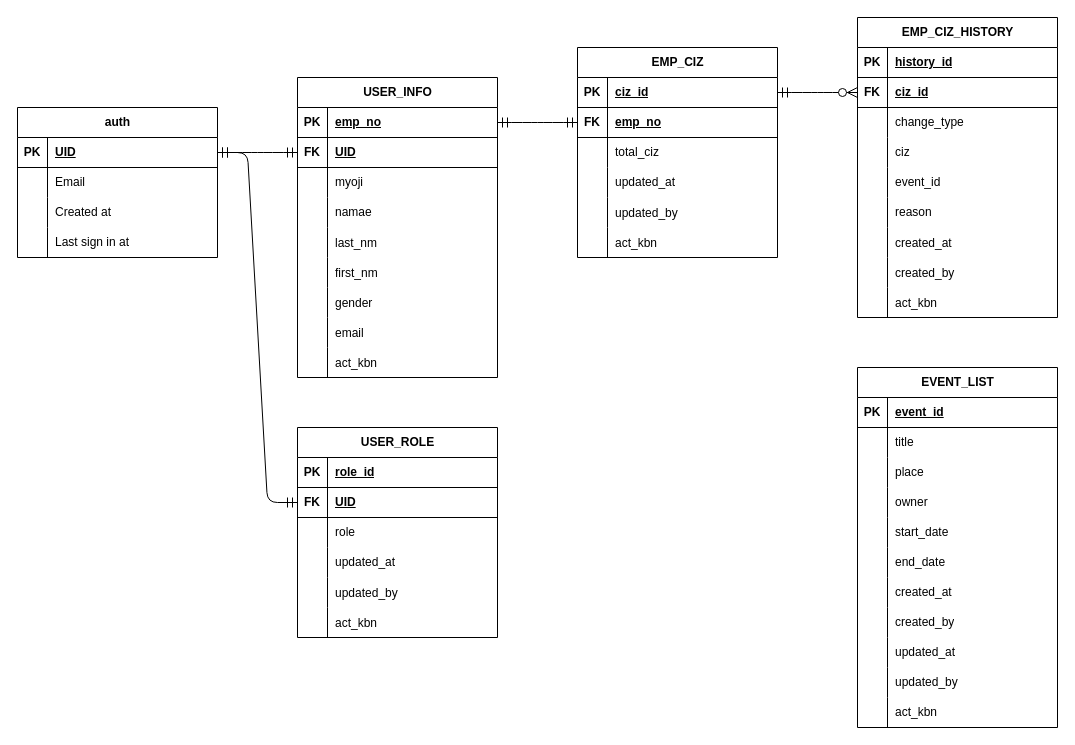
This is sopha.drawio from FumiyaOtokozawa/sopha, a draw.io file, before an edit. Source tidied: cells renumbered, new cells numbered last; positions are measured from the earlier drawing's top-left corner, leaving out a move shared by most shapes. Both pictures are drawn from the tidied source at 100%, with x=0, y=0 at pixel (17, 17).
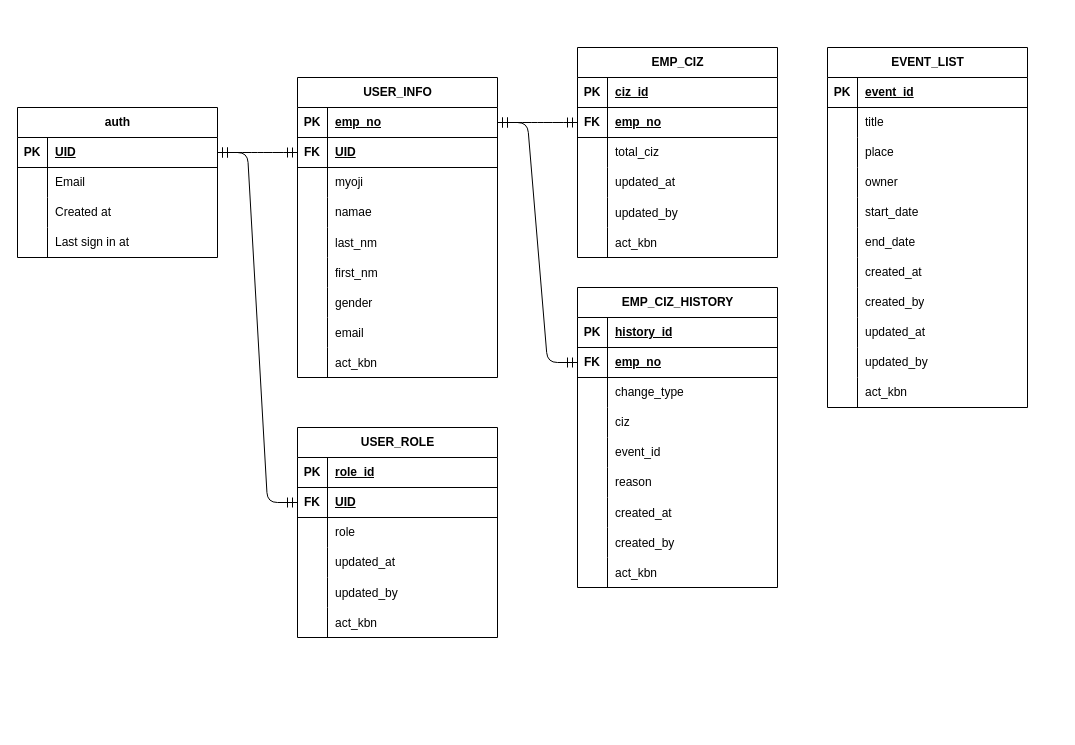
Above is the later version.

Commit message:
sopha.drawio を更新します

The change refers to these unchanged cells:
```xml
<mxCell id="17" style="shape=tableRow;horizontal=0;startSize=0;swimlaneHead=0;swimlaneBody=0;fillColor=none;points=[[0,0.5],[1,0.5]];portConstraint=eastwest;top=0;left=0;right=0;bottom=1;" parent="16" vertex="1">
  <mxGeometry y="30" width="200" height="30" as="geometry" />
</mxCell>
<mxCell id="45" style="shape=tableRow;horizontal=0;startSize=0;swimlaneHead=0;swimlaneBody=0;fillColor=none;points=[[0,0.5],[1,0.5]];portConstraint=eastwest;top=0;left=0;right=0;bottom=1;" parent="44" vertex="1">
  <mxGeometry y="30" width="200" height="30" as="geometry" />
</mxCell>
<mxCell id="68" style="shape=tableRow;horizontal=0;startSize=0;swimlaneHead=0;swimlaneBody=0;fillColor=none;points=[[0,0.5],[1,0.5]];portConstraint=eastwest;top=0;left=0;right=0;bottom=1;" parent="64" vertex="1">
  <mxGeometry y="60" width="200" height="30" as="geometry" />
</mxCell>
```

What changed in the source:
```diff
@@
     <mxCell id="64" value="EMP_CIZ_HISTORY" style="shape=table;startSize=30;childLayout=tableLayout;rowLines=0;fontStyle=1;align=center;html=1;" parent="1" vertex="1">
-      <mxGeometry x="840" width="200" height="300" as="geometry" />
+      <mxGeometry x="560" y="270" width="200" height="300" as="geometry" />
     </mxCell>
@@
-    <mxCell id="70" value="ciz_id" style="shape=partialRectangle;fillColor=none;top=0;left=0;bottom=0;right=0;align=left;spacingLeft=6;fontStyle=5;overflow=hidden;whiteSpace=wrap;html=1;" parent="68" vertex="1">
+    <mxCell id="70" value="emp_no" style="shape=partialRectangle;fillColor=none;top=0;left=0;bottom=0;right=0;align=left;spacingLeft=6;fontStyle=5;overflow=hidden;whiteSpace=wrap;html=1;" parent="68" vertex="1">
       <mxGeometry x="30" width="170" height="30" as="geometry" />
     </mxCell>
@@
-    <mxCell id="92" style="edgeStyle=entityRelationEdgeStyle;fontSize=12;html=1;endArrow=ERzeroToMany;startArrow=ERmandOne;rounded=0;startSize=8;endSize=8;curved=1;exitX=1;exitY=0.5;exitDx=0;exitDy=0;entryX=0;entryY=0.5;entryDx=0;entryDy=0;" parent="1" edge="1" source="45" target="68">
-      <mxGeometry relative="1" as="geometry" />
-    </mxCell>
     <mxCell id="93" value="EVENT_LIST" style="shape=table;startSize=30;childLayout=tableLayout;rowLines=0;fontStyle=1;align=center;html=1;" parent="1" vertex="1">
-      <mxGeometry x="840" y="350" width="200" height="360" as="geometry" />
+      <mxGeometry x="810" y="30" width="200" height="360" as="geometry" />
     </mxCell>
@@
+    <mxCell id="147" style="edgeStyle=entityRelationEdgeStyle;fontSize=12;html=1;endArrow=ERmandOne;startArrow=ERmandOne;rounded=1;startSize=8;endSize=8;curved=0;exitX=1;exitY=0.5;exitDx=0;exitDy=0;entryX=0;entryY=0.5;entryDx=0;entryDy=0;" parent="1" edge="1" source="17" target="68">
+      <mxGeometry relative="1" as="geometry" />
+    </mxCell>
```
